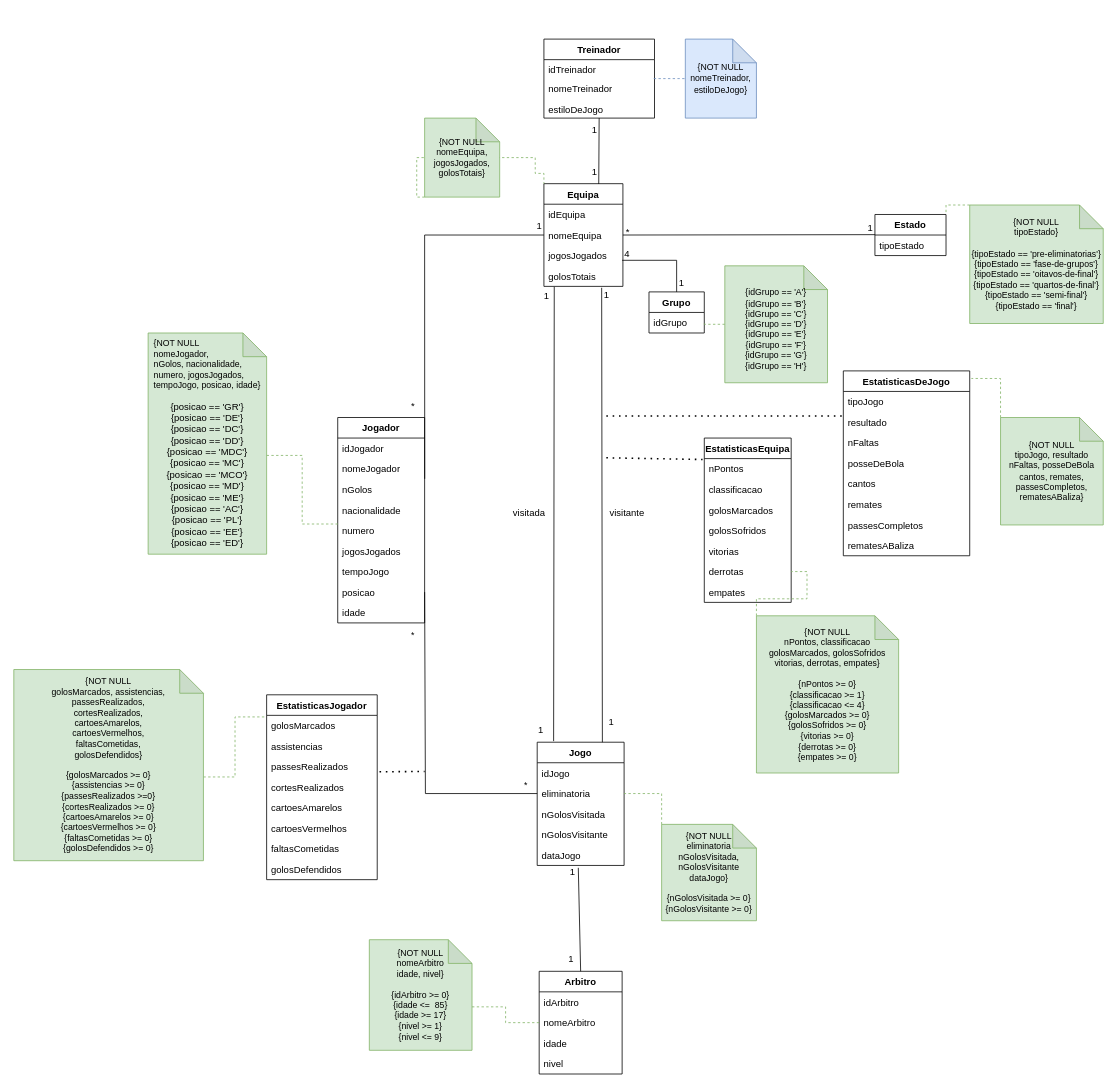
Earlier version of the draw.io diagram diagramaBixo.drawio (dratomitoma/BD). Source tidied: cells renumbered, new cells numbered last; positions are measured from the earlier drawing's top-left corner, leaving out a move shared by most shapes. Both pictures are drawn from the tidied source at 79%, with x=0, y=0 at pixel (13, 39).
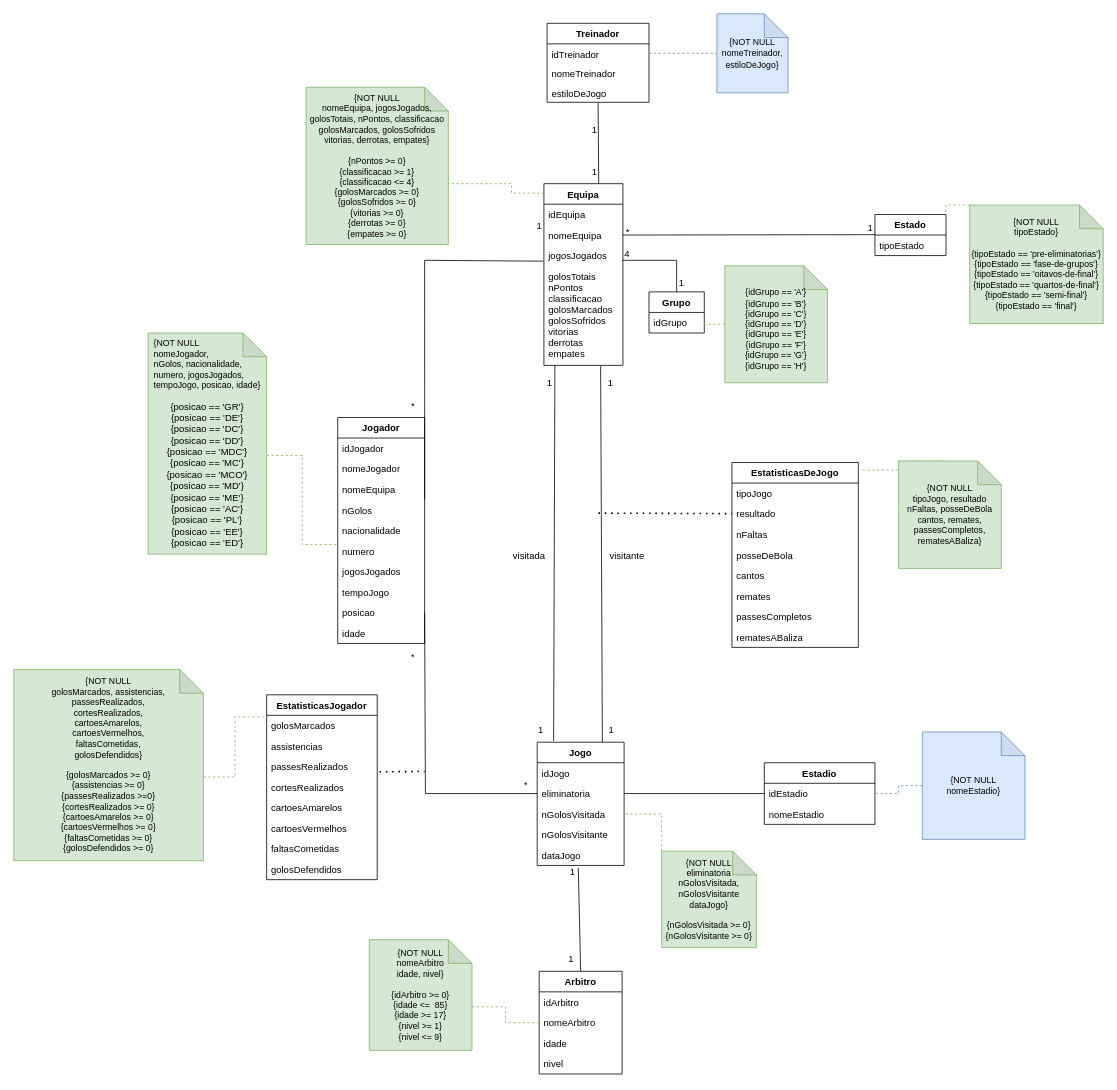
After the change.

Commit message:
estadio e tal

The change refers to these unchanged cells:
```xml
<mxCell id="5" value="jogosJogados" style="text;strokeColor=none;fillColor=none;align=left;verticalAlign=top;spacingLeft=4;spacingRight=4;overflow=hidden;points=[[0,0.5],[1,0.5]];portConstraint=eastwest;" parent="2" vertex="1">
  <mxGeometry y="78" width="100" height="26" as="geometry" />
</mxCell>
<mxCell id="18" value="Jogo" style="swimlane;fontStyle=1;align=center;verticalAlign=top;horizontal=1;startSize=26;" parent="1" vertex="1">
  <mxGeometry x="662.5" y="890" width="110" height="156" as="geometry" />
</mxCell>
<mxCell id="20" value="eliminatoria" style="text;strokeColor=none;fillColor=none;align=left;verticalAlign=top;spacingLeft=4;spacingRight=4;overflow=hidden;points=[[0,0.5],[1,0.5]];portConstraint=eastwest;" parent="18" vertex="1">
  <mxGeometry y="52" width="110" height="26" as="geometry" />
</mxCell>
<mxCell id="21" value="nGolosVisitada" style="text;strokeColor=none;fillColor=none;align=left;verticalAlign=top;spacingLeft=4;spacingRight=4;overflow=hidden;points=[[0,0.5],[1,0.5]];portConstraint=eastwest;" parent="18" vertex="1">
  <mxGeometry y="78" width="110" height="26" as="geometry" />
</mxCell>
<mxCell id="53" value="resultado" style="text;strokeColor=none;fillColor=none;align=left;verticalAlign=top;spacingLeft=4;spacingRight=4;overflow=hidden;points=[[0,0.5],[1,0.5]];portConstraint=eastwest;" parent="51" vertex="1">
  <mxGeometry y="52" width="160" height="26" as="geometry" />
</mxCell>
```

Diff of the diagram source:
```diff
@@
     <mxCell id="2" value="Equipa" style="swimlane;fontStyle=1;align=center;verticalAlign=top;horizontal=1;startSize=26;" parent="1" vertex="1">
-      <mxGeometry x="671" y="183" width="100" height="130" as="geometry" />
+      <mxGeometry x="671" y="183" width="100" height="230" as="geometry" />
     </mxCell>
@@
-    <mxCell id="6" value="golosTotais" style="text;strokeColor=none;fillColor=none;align=left;verticalAlign=top;spacingLeft=4;spacingRight=4;overflow=hidden;points=[[0,0.5],[1,0.5]];portConstraint=eastwest;" parent="2" vertex="1">
-      <mxGeometry y="104" width="100" height="26" as="geometry" />
+    <mxCell id="6" value="golosTotais&#10;nPontos&#10;classificacao&#10;golosMarcados&#10;golosSofridos&#10;vitorias&#10;derrotas&#10;empates" style="text;strokeColor=none;fillColor=none;align=left;verticalAlign=top;spacingLeft=4;spacingRight=4;overflow=hidden;points=[[0,0.5],[1,0.5]];portConstraint=eastwest;" parent="2" vertex="1">
+      <mxGeometry y="104" width="100" height="126" as="geometry" />
     </mxCell>
     <mxCell id="7" value="Jogador" style="swimlane;fontStyle=1;align=center;verticalAlign=top;horizontal=1;startSize=26;" parent="1" vertex="1">
-      <mxGeometry x="410" y="479" width="110" height="260" as="geometry" />
+      <mxGeometry x="410" y="479" width="110" height="286" as="geometry" />
     </mxCell>
@@
+    <mxCell id="111" value="nomeEquipa" style="text;strokeColor=none;fillColor=none;align=left;verticalAlign=top;spacingLeft=4;spacingRight=4;overflow=hidden;" parent="7" vertex="1">
+      <mxGeometry y="78" width="110" height="26" as="geometry" />
+    </mxCell>
     <mxCell id="10" value="nGolos" style="text;strokeColor=none;fillColor=none;align=left;verticalAlign=top;spacingLeft=4;spacingRight=4;overflow=hidden;points=[[0,0.5],[1,0.5]];portConstraint=eastwest;" parent="7" vertex="1">
-      <mxGeometry y="78" width="110" height="26" as="geometry" />
+      <mxGeometry y="104" width="110" height="26" as="geometry" />
     </mxCell>
     <mxCell id="11" value="nacionalidade" style="text;strokeColor=none;fillColor=none;align=left;verticalAlign=top;spacingLeft=4;spacingRight=4;overflow=hidden;" parent="7" vertex="1">
-      <mxGeometry y="104" width="110" height="26" as="geometry" />
+      <mxGeometry y="130" width="110" height="26" as="geometry" />
     </mxCell>
     <mxCell id="12" value="numero" style="text;strokeColor=none;fillColor=none;align=left;verticalAlign=top;spacingLeft=4;spacingRight=4;overflow=hidden;points=[[0,0.5],[1,0.5]];portConstraint=eastwest;" parent="7" vertex="1">
-      <mxGeometry y="130" width="110" height="26" as="geometry" />
+      <mxGeometry y="156" width="110" height="26" as="geometry" />
     </mxCell>
     <mxCell id="13" value="jogosJogados" style="text;strokeColor=none;fillColor=none;align=left;verticalAlign=top;spacingLeft=4;spacingRight=4;overflow=hidden;" parent="7" vertex="1">
-      <mxGeometry y="156" width="110" height="26" as="geometry" />
+      <mxGeometry y="182" width="110" height="26" as="geometry" />
     </mxCell>
     <mxCell id="14" value="tempoJogo" style="text;strokeColor=none;fillColor=none;align=left;verticalAlign=top;spacingLeft=4;spacingRight=4;overflow=hidden;" parent="7" vertex="1">
-      <mxGeometry y="182" width="110" height="26" as="geometry" />
+      <mxGeometry y="208" width="110" height="26" as="geometry" />
     </mxCell>
     <mxCell id="15" value="posicao" style="text;strokeColor=none;fillColor=none;align=left;verticalAlign=top;spacingLeft=4;spacingRight=4;overflow=hidden;points=[[0,0.5],[1,0.5]];portConstraint=eastwest;" parent="7" vertex="1">
-      <mxGeometry y="208" width="110" height="26" as="geometry" />
+      <mxGeometry y="234" width="110" height="26" as="geometry" />
     </mxCell>
     <mxCell id="16" value="idade" style="text;strokeColor=none;fillColor=none;align=left;verticalAlign=top;spacingLeft=4;spacingRight=4;overflow=hidden;" parent="7" vertex="1">
-      <mxGeometry y="234" width="110" height="26" as="geometry" />
+      <mxGeometry y="260" width="110" height="26" as="geometry" />
     </mxCell>
-    <mxCell id="17" style="endArrow=none;html=1;rounded=0;entryX=0;entryY=0.5;entryDx=0;entryDy=0;exitX=1.001;exitY=-0.016;exitDx=0;exitDy=0;exitPerimeter=0;" parent="1" edge="1" source="10" target="2">
+    <mxCell id="17" style="endArrow=none;html=1;rounded=0;entryX=-0.008;entryY=0.773;entryDx=0;entryDy=0;exitX=1.001;exitY=-0.016;exitDx=0;exitDy=0;exitPerimeter=0;entryPerimeter=0;" parent="1" edge="1" source="10" target="5">
       <mxGeometry relative="1" as="geometry">
         <Array as="points">
-          <mxPoint x="520" y="248" />
+          <mxPoint x="520" y="280" />
         </Array>
       </mxGeometry>
     </mxCell>
@@
-    <mxCell id="24" style="endArrow=none;html=1;rounded=0;entryX=0.131;entryY=1.023;entryDx=0;entryDy=0;entryPerimeter=0;exitX=0.189;exitY=-0.009;exitDx=0;exitDy=0;exitPerimeter=0;" parent="1" edge="1" source="18" target="6">
+    <mxCell id="24" style="endArrow=none;html=1;rounded=0;entryX=0.139;entryY=0.997;entryDx=0;entryDy=0;entryPerimeter=0;exitX=0.189;exitY=-0.009;exitDx=0;exitDy=0;exitPerimeter=0;" parent="1" edge="1" source="18" target="6">
       <mxGeometry relative="1" as="geometry" />
     </mxCell>
-    <mxCell id="25" style="endArrow=none;html=1;rounded=0;entryX=0.731;entryY=1.068;entryDx=0;entryDy=0;entryPerimeter=0;exitX=0.75;exitY=0;exitDx=0;exitDy=0;" parent="1" edge="1" source="18" target="6">
+    <mxCell id="25" style="endArrow=none;html=1;rounded=0;entryX=0.718;entryY=1.006;entryDx=0;entryDy=0;entryPerimeter=0;exitX=0.75;exitY=0;exitDx=0;exitDy=0;" parent="1" edge="1" source="18" target="6">
       <mxGeometry relative="1" as="geometry" />
     </mxCell>
     <mxCell id="26" value="visitada" style="text;html=1;align=center;verticalAlign=middle;strokeColor=none;fillColor=none;" parent="1" vertex="1">
-      <mxGeometry x="622" y="585" width="60" height="30" as="geometry" />
+      <mxGeometry x="622" y="640" width="60" height="30" as="geometry" />
     </mxCell>
     <mxCell id="27" value="visitante" style="text;html=1;align=center;verticalAlign=middle;strokeColor=none;fillColor=none;" parent="1" vertex="1">
-      <mxGeometry x="741" y="585" width="70" height="30" as="geometry" />
+      <mxGeometry x="741" y="640" width="70" height="30" as="geometry" />
     </mxCell>
-    <mxCell id="28" value="EstatisticasEquipa" style="swimlane;fontStyle=1;align=center;verticalAlign=top;horizontal=1;startSize=26;" parent="1" vertex="1">
-      <mxGeometry x="874" y="505" width="110" height="208" as="geometry" />
-    </mxCell>
-    <mxCell id="29" value="nPontos" style="text;strokeColor=none;fillColor=none;align=left;verticalAlign=top;spacingLeft=4;spacingRight=4;overflow=hidden;points=[[0,0.5],[1,0.5]];portConstraint=eastwest;" parent="28" vertex="1">
-      <mxGeometry y="26" width="110" height="26" as="geometry" />
-    </mxCell>
-    <mxCell id="30" value="classificacao" style="text;strokeColor=none;fillColor=none;align=left;verticalAlign=top;spacingLeft=4;spacingRight=4;overflow=hidden;" parent="28" vertex="1">
-      <mxGeometry y="52" width="110" height="26" as="geometry" />
-    </mxCell>
-    <mxCell id="31" value="golosMarcados" style="text;strokeColor=none;fillColor=none;align=left;verticalAlign=top;spacingLeft=4;spacingRight=4;overflow=hidden;" parent="28" vertex="1">
-      <mxGeometry y="78" width="110" height="26" as="geometry" />
-    </mxCell>
-    <mxCell id="32" value="golosSofridos" style="text;strokeColor=none;fillColor=none;align=left;verticalAlign=top;spacingLeft=4;spacingRight=4;overflow=hidden;" parent="28" vertex="1">
-      <mxGeometry y="104" width="110" height="26" as="geometry" />
-    </mxCell>
-    <mxCell id="33" value="vitorias" style="text;strokeColor=none;fillColor=none;align=left;verticalAlign=top;spacingLeft=4;spacingRight=4;overflow=hidden;" parent="28" vertex="1">
-      <mxGeometry y="130" width="110" height="26" as="geometry" />
-    </mxCell>
-    <mxCell id="34" value="derrotas" style="text;strokeColor=none;fillColor=none;align=left;verticalAlign=top;spacingLeft=4;spacingRight=4;overflow=hidden;points=[[0,0.5],[1,0.5]];portConstraint=eastwest;" parent="28" vertex="1">
-      <mxGeometry y="156" width="110" height="26" as="geometry" />
-    </mxCell>
-    <mxCell id="35" value="empates" style="text;strokeColor=none;fillColor=none;align=left;verticalAlign=top;spacingLeft=4;spacingRight=4;overflow=hidden;" parent="28" vertex="1">
-      <mxGeometry y="182" width="110" height="26" as="geometry" />
-    </mxCell>
@@
     <mxCell id="48" value="1" style="text;html=1;align=center;verticalAlign=middle;strokeColor=none;fillColor=none;" parent="1" vertex="1">
-      <mxGeometry x="659" y="311" width="30" height="30" as="geometry" />
+      <mxGeometry x="662.5" y="420" width="30" height="30" as="geometry" />
     </mxCell>
     <mxCell id="49" value="1" style="text;html=1;align=center;verticalAlign=middle;strokeColor=none;fillColor=none;" parent="1" vertex="1">
-      <mxGeometry x="735" y="309" width="30" height="30" as="geometry" />
+      <mxGeometry x="740" y="420" width="30" height="30" as="geometry" />
     </mxCell>
@@
     <mxCell id="51" value="EstatisticasDeJogo" style="swimlane;fontStyle=1;align=center;verticalAlign=top;horizontal=1;startSize=26;" parent="1" vertex="1">
-      <mxGeometry x="1050" y="420" width="160" height="234" as="geometry" />
+      <mxGeometry x="909" y="536" width="160" height="234" as="geometry" />
     </mxCell>
@@
-    <mxCell id="60" style="endArrow=none;dashed=1;html=1;dashPattern=1 3;strokeWidth=2;rounded=0;entryX=-0.012;entryY=0.192;entryDx=0;entryDy=0;entryPerimeter=0;" parent="1" edge="1" target="53">
+    <mxCell id="60" style="endArrow=none;dashed=1;html=1;dashPattern=1 3;strokeWidth=2;rounded=0;" parent="1" edge="1" target="53">
       <mxGeometry relative="1" as="geometry">
-        <mxPoint x="750" y="477" as="sourcePoint" />
+        <mxPoint x="740" y="600" as="sourcePoint" />
       </mxGeometry>
     </mxCell>
@@
     <mxCell id="76" value="1" style="text;html=1;align=center;verticalAlign=middle;strokeColor=none;fillColor=none;" parent="1" vertex="1">
-      <mxGeometry x="741" y="850" width="30" height="30" as="geometry" />
+      <mxGeometry x="741" y="860" width="30" height="30" as="geometry" />
     </mxCell>
@@
-    <mxCell id="80" style="edgeStyle=orthogonalEdgeStyle;rounded=0;jettySize=auto;html=1;exitX=0;exitY=1;exitDx=0;exitDy=0;exitPerimeter=0;entryX=0;entryY=0;entryDx=0;entryDy=0;dashed=1;fontSize=11;endArrow=none;endFill=0;fillColor=#d5e8d4;strokeColor=#82b366;" parent="1" edge="1" source="81" target="2">
+    <mxCell id="80" style="edgeStyle=orthogonalEdgeStyle;rounded=0;jettySize=auto;html=1;exitX=0;exitY=0;exitDx=180;exitDy=114.5;exitPerimeter=0;dashed=1;fontSize=11;endArrow=none;endFill=0;fillColor=#d5e8d4;strokeColor=#82b366;" parent="1" edge="1" source="91">
       <mxGeometry relative="1" as="geometry">
+        <mxPoint x="670" y="200" as="targetPoint" />
         <Array as="points">
-          <mxPoint x="510" y="150" />
-          <mxPoint x="660" y="150" />
-          <mxPoint x="660" y="170" />
-          <mxPoint x="671" y="170" />
+          <mxPoint x="630" y="183" />
+          <mxPoint x="630" y="195" />
+          <mxPoint x="671" y="195" />
+          <mxPoint x="671" y="200" />
         </Array>
       </mxGeometry>
     </mxCell>
-    <mxCell id="81" value="{NOT NULL&lt;br&gt;nomeEquipa, jogosJogados, golosTotais}" style="shape=note;whiteSpace=wrap;html=1;backgroundOutline=1;darkOpacity=0.05;fontSize=11;fillColor=#d5e8d4;strokeColor=#82b366;" parent="1" vertex="1">
-      <mxGeometry x="520" y="100" width="95" height="100" as="geometry" />
-    </mxCell>
@@
     <mxCell id="86" style="edgeStyle=orthogonalEdgeStyle;rounded=0;jettySize=auto;html=1;exitX=0;exitY=0;exitDx=0;exitDy=0;exitPerimeter=0;entryX=1.013;entryY=0.041;entryDx=0;entryDy=0;entryPerimeter=0;dashed=1;fontSize=11;endArrow=none;endFill=0;fillColor=#d5e8d4;strokeColor=#82b366;" parent="1" edge="1" source="87" target="51">
-      <mxGeometry relative="1" as="geometry" />
+      <mxGeometry relative="1" as="geometry">
+        <Array as="points">
+          <mxPoint x="1180" y="546" />
+        </Array>
+      </mxGeometry>
     </mxCell>
     <mxCell id="87" value="{NOT NULL&lt;br&gt;tipoJogo, resultado&lt;br&gt;nFaltas, posseDeBola&lt;br&gt;cantos, remates,&lt;br&gt;passesCompletos,&lt;br&gt;rematesABaliza}" style="shape=note;whiteSpace=wrap;html=1;backgroundOutline=1;darkOpacity=0.05;fontSize=11;fillColor=#d5e8d4;strokeColor=#82b366;" parent="1" vertex="1">
-      <mxGeometry x="1249" y="479" width="130" height="136" as="geometry" />
+      <mxGeometry x="1120" y="534" width="130" height="136" as="geometry" />
     </mxCell>
@@
-    <mxCell id="90" style="edgeStyle=orthogonalEdgeStyle;rounded=0;jettySize=auto;html=1;exitX=0;exitY=0;exitDx=0;exitDy=0;exitPerimeter=0;entryX=1;entryY=0.5;entryDx=0;entryDy=0;dashed=1;fontSize=11;endArrow=none;endFill=0;fillColor=#d5e8d4;strokeColor=#82b366;" parent="1" edge="1" source="91" target="34">
-      <mxGeometry relative="1" as="geometry" />
-    </mxCell>
-    <mxCell id="91" value="{NOT NULL&lt;br&gt;nPontos, classificacao&lt;br&gt;golosMarcados, golosSofridos&lt;br&gt;vitorias, derrotas, empates}&lt;br&gt;&lt;br&gt;{nPontos &amp;gt;= 0}&lt;br&gt;{classificacao &amp;gt;= 1}&lt;br&gt;{classificacao &amp;lt;= 4}&lt;br&gt;{golosMarcados &amp;gt;= 0}&lt;br&gt;{golosSofridos &amp;gt;= 0}&lt;br&gt;{vitorias &amp;gt;= 0}&lt;br&gt;{derrotas &amp;gt;= 0}&lt;br&gt;{empates &amp;gt;= 0}" style="shape=note;whiteSpace=wrap;html=1;backgroundOutline=1;darkOpacity=0.05;fontSize=11;fillColor=#d5e8d4;strokeColor=#82b366;" parent="1" vertex="1">
-      <mxGeometry x="940" y="730" width="180" height="199" as="geometry" />
+    <mxCell id="91" value="{NOT NULL&lt;br&gt;nomeEquipa, jogosJogados, golosTotais, nPontos, classificacao&lt;br&gt;golosMarcados, golosSofridos&lt;br&gt;vitorias, derrotas, empates}&lt;br&gt;&lt;br&gt;{nPontos &amp;gt;= 0}&lt;br&gt;{classificacao &amp;gt;= 1}&lt;br&gt;{classificacao &amp;lt;= 4}&lt;br&gt;{golosMarcados &amp;gt;= 0}&lt;br&gt;{golosSofridos &amp;gt;= 0}&lt;br&gt;{vitorias &amp;gt;= 0}&lt;br&gt;{derrotas &amp;gt;= 0}&lt;br&gt;{empates &amp;gt;= 0}" style="shape=note;whiteSpace=wrap;html=1;backgroundOutline=1;darkOpacity=0.05;fontSize=11;fillColor=#d5e8d4;strokeColor=#82b366;" parent="1" vertex="1">
+      <mxGeometry x="370" y="61" width="180" height="199" as="geometry" />
     </mxCell>
@@
-    <mxCell id="94" style="edgeStyle=orthogonalEdgeStyle;rounded=0;jettySize=auto;html=1;exitX=0;exitY=0;exitDx=0;exitDy=0;exitPerimeter=0;fontSize=11;strokeColor=#82B366;dashed=1;endArrow=none;endFill=0;entryX=1;entryY=0.5;entryDx=0;entryDy=0;" parent="1" edge="1" source="95" target="20">
+    <mxCell id="94" style="edgeStyle=orthogonalEdgeStyle;rounded=0;jettySize=auto;html=1;exitX=0;exitY=0;exitDx=0;exitDy=0;exitPerimeter=0;fontSize=11;strokeColor=#82B366;dashed=1;endArrow=none;endFill=0;entryX=1;entryY=0.5;entryDx=0;entryDy=0;" parent="1" edge="1" source="95" target="21">
       <mxGeometry relative="1" as="geometry" />
     </mxCell>
     <mxCell id="95" value="{NOT NULL&lt;br&gt;eliminatoria&lt;br&gt;nGolosVisitada,&lt;br&gt;nGolosVisitante&lt;br&gt;dataJogo}&lt;br&gt;&lt;br&gt;{nGolosVisitada &amp;gt;= 0}&lt;br&gt;{nGolosVisitante &amp;gt;= 0}" style="shape=note;whiteSpace=wrap;html=1;backgroundOutline=1;darkOpacity=0.05;fontSize=11;fillColor=#d5e8d4;strokeColor=#82b366;" parent="1" vertex="1">
-      <mxGeometry x="820" y="994" width="120" height="122" as="geometry" />
+      <mxGeometry x="820" y="1028" width="120" height="122" as="geometry" />
     </mxCell>
@@
     <mxCell id="97" value="Treinador" style="swimlane;fontStyle=1;horizontal=1;startSize=26;fillColor=none;" parent="1" vertex="1">
-      <mxGeometry x="671" width="140" height="100" as="geometry" />
+      <mxGeometry x="675" y="-20" width="129" height="100" as="geometry" />
     </mxCell>
     <mxCell id="98" value="idTreinador" style="text;strokeColor=none;fillColor=none;align=left;verticalAlign=top;spacingLeft=4;spacingRight=4;overflow=hidden;points=[[0,0.5],[1,0.5]];portConstraint=eastwest;" parent="97" vertex="1">
-      <mxGeometry y="26" width="140" height="24" as="geometry" />
+      <mxGeometry y="26" width="129" height="24" as="geometry" />
     </mxCell>
     <mxCell id="99" value="nomeTreinador" style="text;strokeColor=none;fillColor=none;align=left;verticalAlign=top;spacingLeft=4;spacingRight=4;overflow=hidden;" parent="97" vertex="1">
-      <mxGeometry y="50" width="140" height="26" as="geometry" />
+      <mxGeometry y="50" width="129" height="26" as="geometry" />
     </mxCell>
     <mxCell id="100" value="estiloDeJogo" style="text;strokeColor=none;fillColor=none;align=left;verticalAlign=top;spacingLeft=4;spacingRight=4;overflow=hidden;points=[[0,0.5],[1,0.5]];portConstraint=eastwest;" parent="97" vertex="1">
-      <mxGeometry y="76" width="140" height="24" as="geometry" />
+      <mxGeometry y="76" width="129" height="24" as="geometry" />
     </mxCell>
@@
     <mxCell id="104" value="&lt;font style=&quot;font-size: 11px;&quot;&gt;{NOT NULL&lt;br&gt;nomeTreinador,&lt;br&gt;estiloDeJogo}&lt;/font&gt;" style="shape=note;whiteSpace=wrap;html=1;backgroundOutline=1;darkOpacity=0.05;fillColor=#dae8fc;strokeColor=#6c8ebf;" parent="1" vertex="1">
-      <mxGeometry x="850" width="90" height="100" as="geometry" />
+      <mxGeometry x="890" y="-32" width="90" height="100" as="geometry" />
     </mxCell>
-    <mxCell id="105" style="endArrow=none;dashed=1;html=1;rounded=0;fontSize=11;entryX=0;entryY=0.5;entryDx=0;entryDy=0;entryPerimeter=0;fillColor=#dae8fc;strokeColor=#6c8ebf;" parent="1" edge="1" target="104">
-      <mxGeometry relative="1" as="geometry">
-        <mxPoint x="810" y="50" as="sourcePoint" />
-      </mxGeometry>
+    <mxCell id="105" style="endArrow=none;dashed=1;html=1;rounded=0;fontSize=11;entryX=0;entryY=0.5;entryDx=0;entryDy=0;entryPerimeter=0;fillColor=#dae8fc;strokeColor=#6c8ebf;exitX=1;exitY=0.5;exitDx=0;exitDy=0;" parent="1" edge="1" source="98" target="104">
+      <mxGeometry relative="1" as="geometry" />
     </mxCell>
@@
     <mxCell id="109" value="*" style="text;html=1;align=center;verticalAlign=middle;strokeColor=none;fillColor=none;fontSize=11;" parent="1" vertex="1">
-      <mxGeometry x="490" y="740" width="30" height="30" as="geometry" />
+      <mxGeometry x="490" y="768" width="30" height="30" as="geometry" />
     </mxCell>
-    <mxCell id="110" style="endArrow=none;dashed=1;html=1;dashPattern=1 3;strokeWidth=2;rounded=0;entryX=-0.02;entryY=0.044;entryDx=0;entryDy=0;entryPerimeter=0;" parent="1" edge="1" target="29">
-      <mxGeometry relative="1" as="geometry">
-        <mxPoint x="750" y="530" as="sourcePoint" />
-      </mxGeometry>
-    </mxCell>
+    <mxCell id="112" value="Estadio" style="swimlane;fontStyle=1;horizontal=1;startSize=26;fillColor=none;spacing=2;verticalAlign=middle;" parent="1" vertex="1">
+      <mxGeometry x="950" y="916" width="140" height="78" as="geometry" />
+    </mxCell>
+    <mxCell id="113" value="idEstadio" style="text;strokeColor=none;fillColor=none;align=left;verticalAlign=top;spacingLeft=4;spacingRight=4;overflow=hidden;points=[[0,0.5],[1,0.5]];portConstraint=eastwest;" parent="112" vertex="1">
+      <mxGeometry y="26" width="140" height="26" as="geometry" />
+    </mxCell>
+    <mxCell id="114" value="nomeEstadio" style="text;strokeColor=none;fillColor=none;align=left;verticalAlign=top;spacingLeft=4;spacingRight=4;overflow=hidden;" parent="112" vertex="1">
+      <mxGeometry y="52" width="140" height="26" as="geometry" />
+    </mxCell>
+    <mxCell id="115" style="rounded=0;jettySize=auto;html=1;exitX=0;exitY=0.5;exitDx=0;exitDy=0;strokeWidth=1;endArrow=none;endFill=0;" parent="1" edge="1" source="113" target="20">
+      <mxGeometry relative="1" as="geometry" />
+    </mxCell>
+    <mxCell id="116" style="edgeStyle=orthogonalEdgeStyle;rounded=0;jettySize=auto;html=1;exitX=0;exitY=0.5;exitDx=0;exitDy=0;exitPerimeter=0;entryX=1;entryY=0.5;entryDx=0;entryDy=0;strokeWidth=1;endArrow=none;endFill=0;fillColor=#dae8fc;strokeColor=#6c8ebf;dashed=1;" parent="1" edge="1" source="117" target="113">
+      <mxGeometry relative="1" as="geometry" />
+    </mxCell>
+    <mxCell id="117" value="{NOT NULL&lt;br&gt;nomeEstadio}" style="shape=note;whiteSpace=wrap;html=1;backgroundOutline=1;darkOpacity=0.05;fontSize=11;fillColor=#dae8fc;strokeColor=#6c8ebf;" parent="1" vertex="1">
+      <mxGeometry x="1150" y="877" width="130" height="136" as="geometry" />
+    </mxCell>
```
